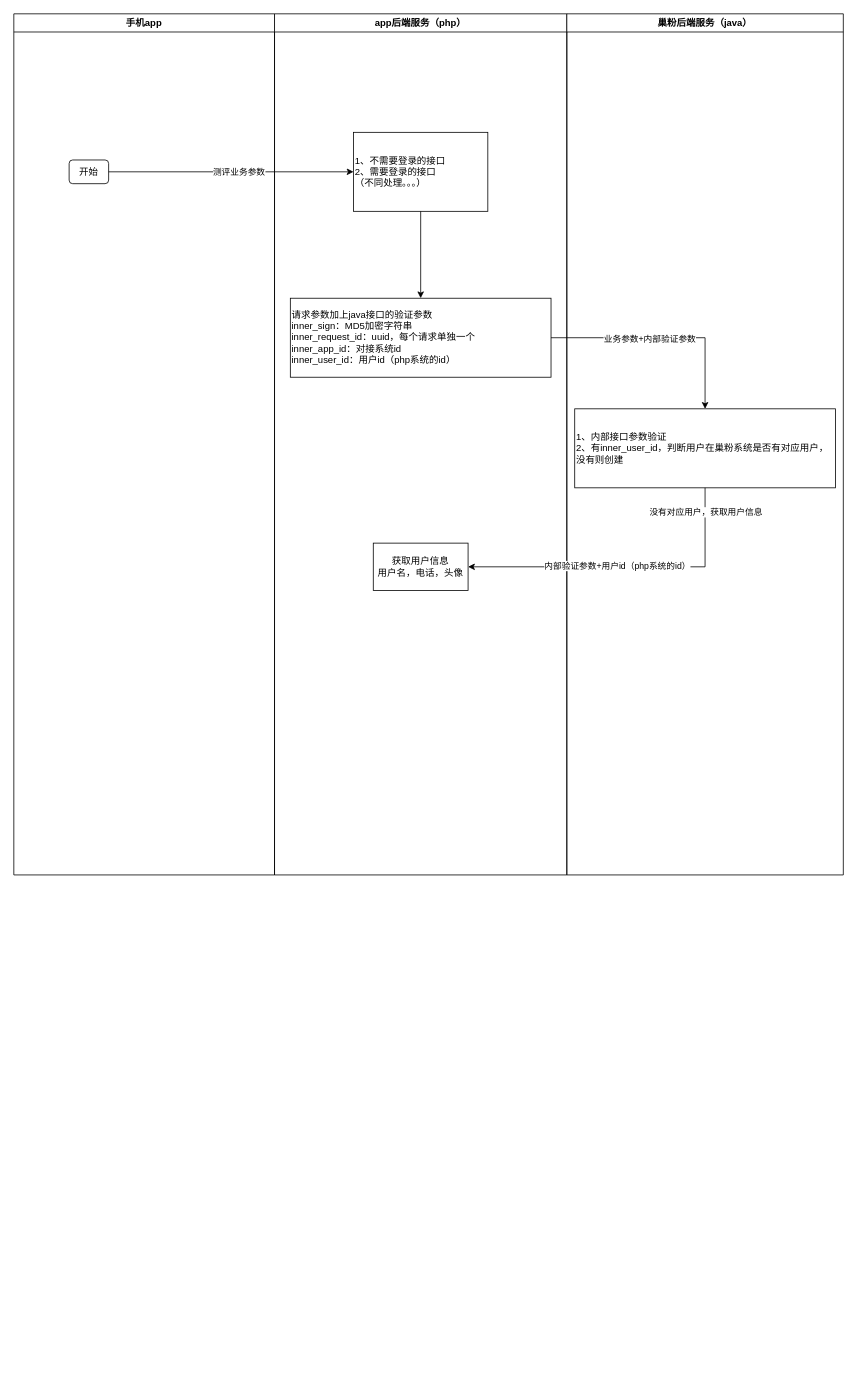
The draw.io diagram ence/InnerApi.drawio in MuggleStar/draw_io, before the edit. Source tidied: cells renumbered, new cells numbered last; positions are measured from the earlier drawing's top-left corner, leaving out a move shared by most shapes. Both pictures are drawn from the tidied source at 79%, with x=0, y=0 at pixel (13, 13).
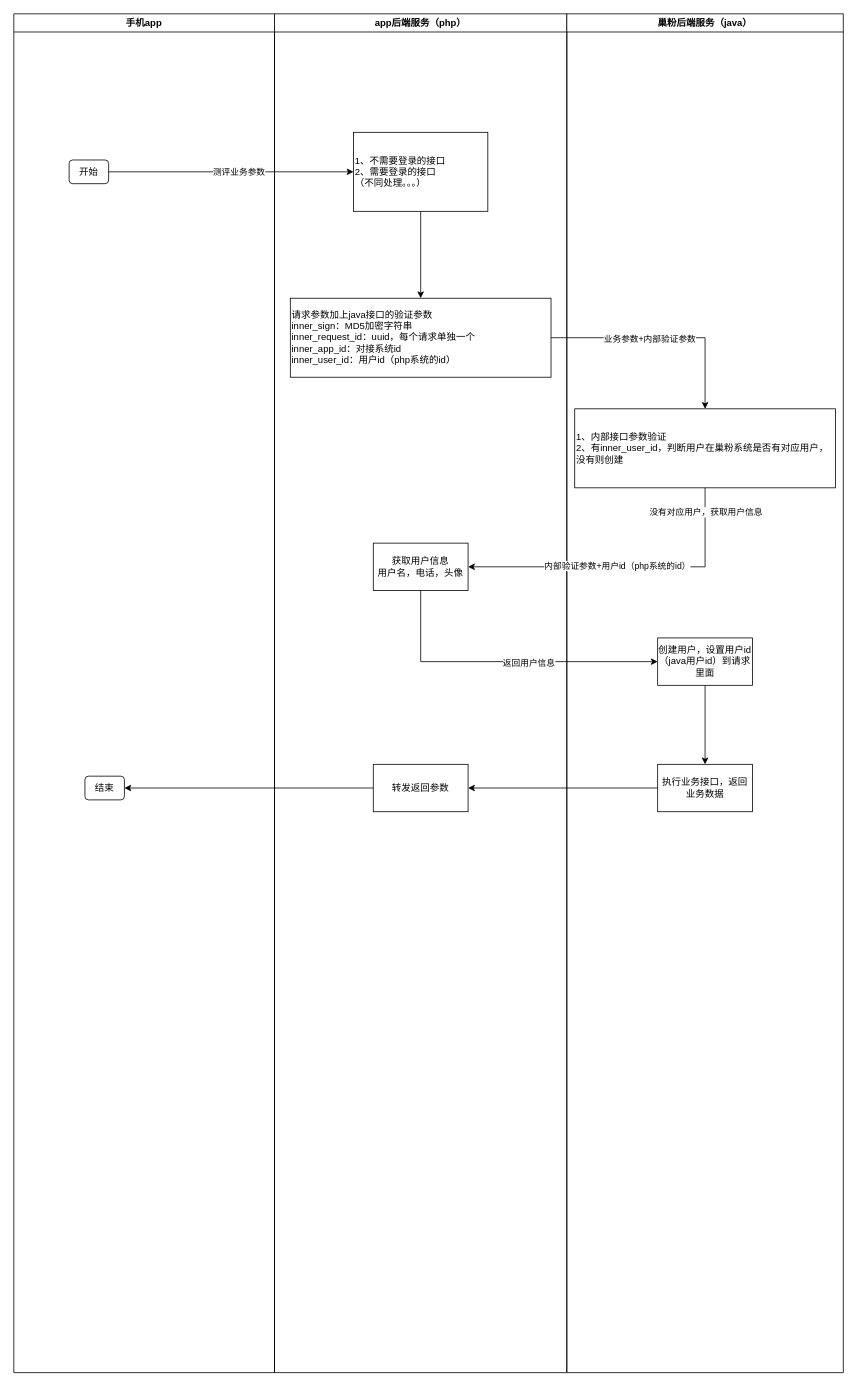
After the change.

Unchanged cells that the change refers to:
```xml
<mxCell id="8" value="获取用户信息&lt;br&gt;用户名，电话，头像" style="rounded=0;whiteSpace=wrap;html=1;" parent="4" vertex="1">
  <mxGeometry x="125" y="670" width="120" height="60" as="geometry" />
</mxCell>
```

The edit, as a diff of the source:
```diff
@@
     <mxCell id="2" value="手机app" style="swimlane;whiteSpace=wrap;html=1;" parent="1" vertex="1">
-      <mxGeometry width="330" height="1090" as="geometry" />
+      <mxGeometry width="330" height="1720" as="geometry" />
     </mxCell>
@@
+    <mxCell id="18" value="结束" style="rounded=1;whiteSpace=wrap;html=1;" parent="2" vertex="1">
+      <mxGeometry x="90" y="965" width="50" height="30" as="geometry" />
+    </mxCell>
     <mxCell id="4" value="app后端服务（php）" style="swimlane;whiteSpace=wrap;html=1;" parent="1" vertex="1">
-      <mxGeometry x="330" width="370" height="1090" as="geometry" />
+      <mxGeometry x="330" width="370" height="1720" as="geometry" />
     </mxCell>
@@
+    <mxCell id="19" value="转发返回参数" style="rounded=0;whiteSpace=wrap;html=1;" parent="4" vertex="1">
+      <mxGeometry x="125" y="950" width="120" height="60" as="geometry" />
+    </mxCell>
     <mxCell id="9" value="巢粉后端服务（java）" style="swimlane;whiteSpace=wrap;html=1;" parent="1" vertex="1">
-      <mxGeometry x="700" width="350" height="1090" as="geometry" />
+      <mxGeometry x="700" width="350" height="1720" as="geometry" />
     </mxCell>
@@
+    <mxCell id="20" style="edgeStyle=orthogonalEdgeStyle;rounded=0;jettySize=auto;html=1;exitX=0.5;exitY=1;exitDx=0;exitDy=0;" parent="9" edge="1" source="21" target="22">
+      <mxGeometry relative="1" as="geometry" />
+    </mxCell>
+    <mxCell id="21" value="创建用户，设置用户id（java用户id）到请求里面" style="rounded=0;whiteSpace=wrap;html=1;" parent="9" vertex="1">
+      <mxGeometry x="115" y="790" width="120" height="60" as="geometry" />
+    </mxCell>
+    <mxCell id="22" value="执行业务接口，返回业务数据" style="rounded=0;whiteSpace=wrap;html=1;" parent="9" vertex="1">
+      <mxGeometry x="115" y="950" width="120" height="60" as="geometry" />
+    </mxCell>
@@
+    <mxCell id="23" style="edgeStyle=orthogonalEdgeStyle;rounded=0;jettySize=auto;html=1;exitX=0.5;exitY=1;exitDx=0;exitDy=0;entryX=0;entryY=0.5;entryDx=0;entryDy=0;" parent="1" edge="1" source="8" target="21">
+      <mxGeometry relative="1" as="geometry" />
+    </mxCell>
+    <mxCell id="24" value="返回用户信息" style="edgeLabel;html=1;align=center;verticalAlign=middle;" parent="23" vertex="1">
+      <mxGeometry x="0.16" y="-1" relative="1" as="geometry" />
+    </mxCell>
+    <mxCell id="25" style="edgeStyle=orthogonalEdgeStyle;rounded=0;jettySize=auto;html=1;exitX=0;exitY=0.5;exitDx=0;exitDy=0;entryX=1;entryY=0.5;entryDx=0;entryDy=0;" parent="1" edge="1" source="22" target="19">
+      <mxGeometry relative="1" as="geometry" />
+    </mxCell>
+    <mxCell id="26" style="edgeStyle=orthogonalEdgeStyle;rounded=0;jettySize=auto;html=1;exitX=0;exitY=0.5;exitDx=0;exitDy=0;entryX=1;entryY=0.5;entryDx=0;entryDy=0;" parent="1" edge="1" source="19" target="18">
+      <mxGeometry relative="1" as="geometry" />
+    </mxCell>
```
